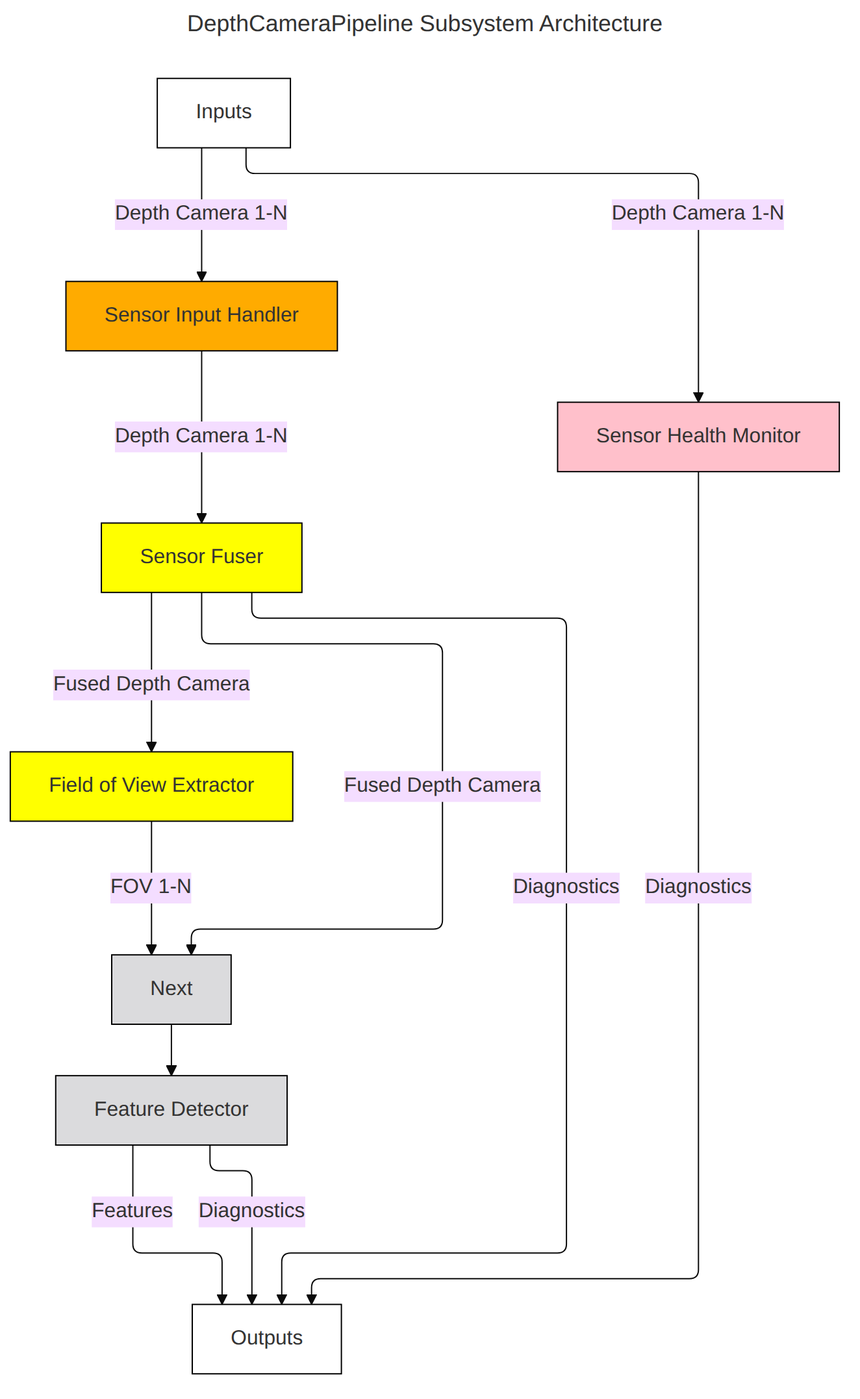
Earlier version of the Mermaid export Systems/Perception/Subsystems/DepthCameraPipeline/doc/mermaid/DepthCameraPipelineSubsystemArchitecture.png (fastrobotics/robot_framework). Its source is kept beside it as Systems/Perception/Subsystems/DepthCameraPipeline/doc/mermaid/DepthCameraPipelineSubsystemArchitecture.mmd.
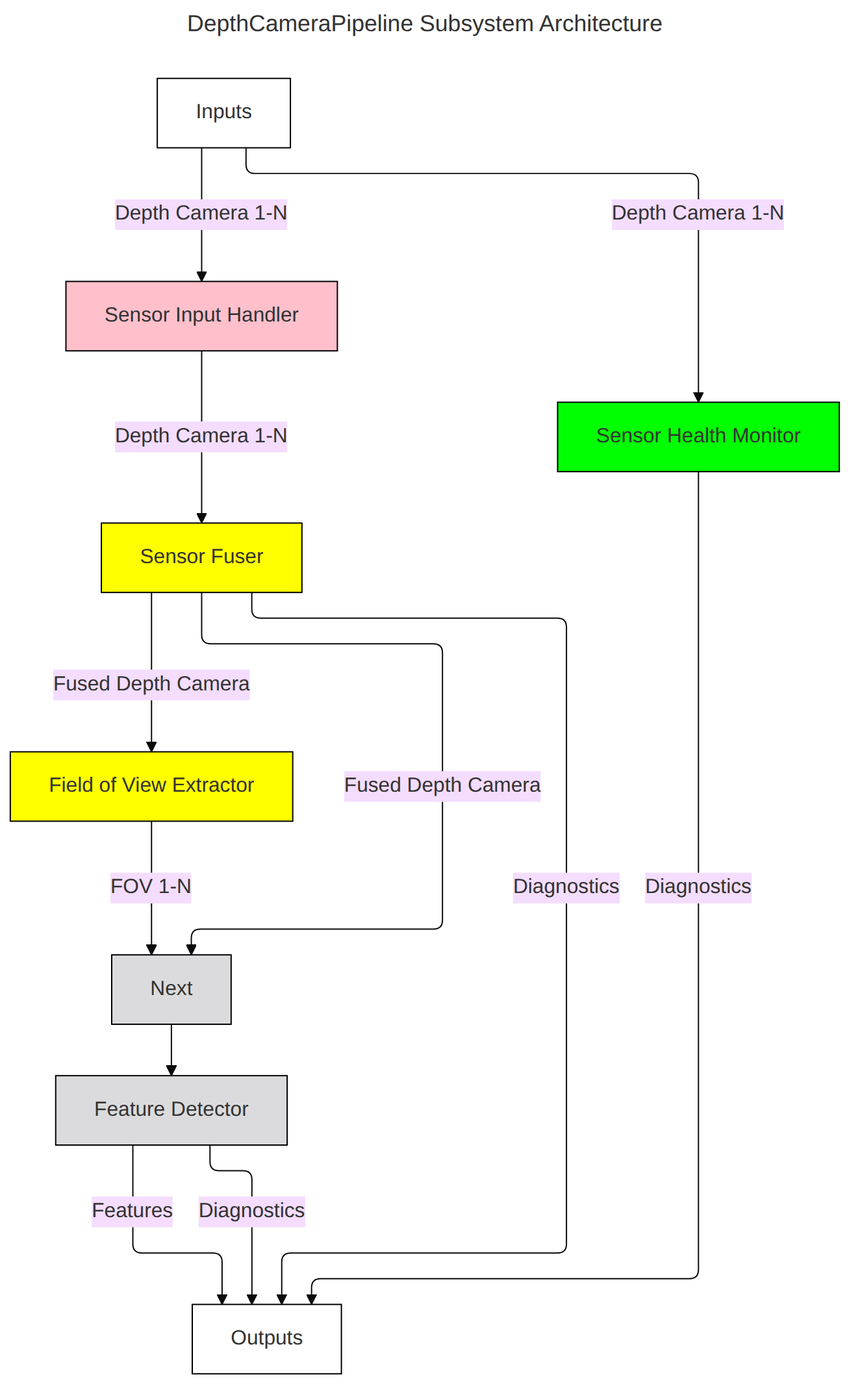
The same diagram one commit later.

What changed in the source:
```diff
@@ -56,5 +56,5 @@
 
     class Inputs,Outputs cssBoundary
     class SensorFuser,FOVExtractor cssInvestigating
-    class SensorInputHandler cssDeveloping
-    class SensorHealthMonitor cssTrivialComplete
+    class SensorInputHandler cssTrivialComplete
+    class SensorHealthMonitor cssMinimalComplete
```
